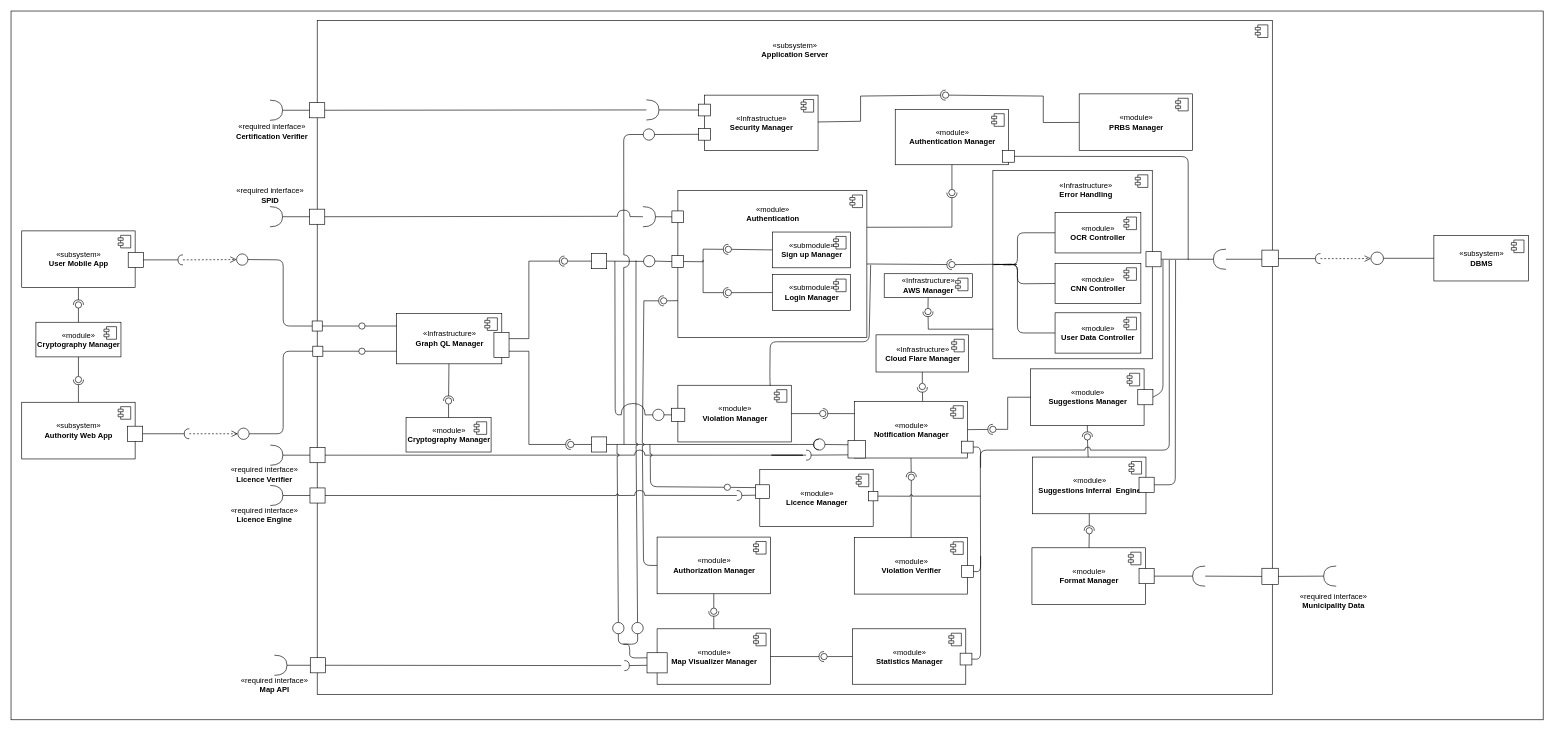
comidan/SafeStreets keeps this draw.io diagram as DD/Components Diagram.drawio. Above is the earlier version. Source tidied: cells renumbered, new cells numbered last; positions are measured from the earlier drawing's top-left corner, leaving out a move shared by most shapes. Both pictures are drawn from the tidied source at 63%, with x=0, y=0 at pixel (11, 11).
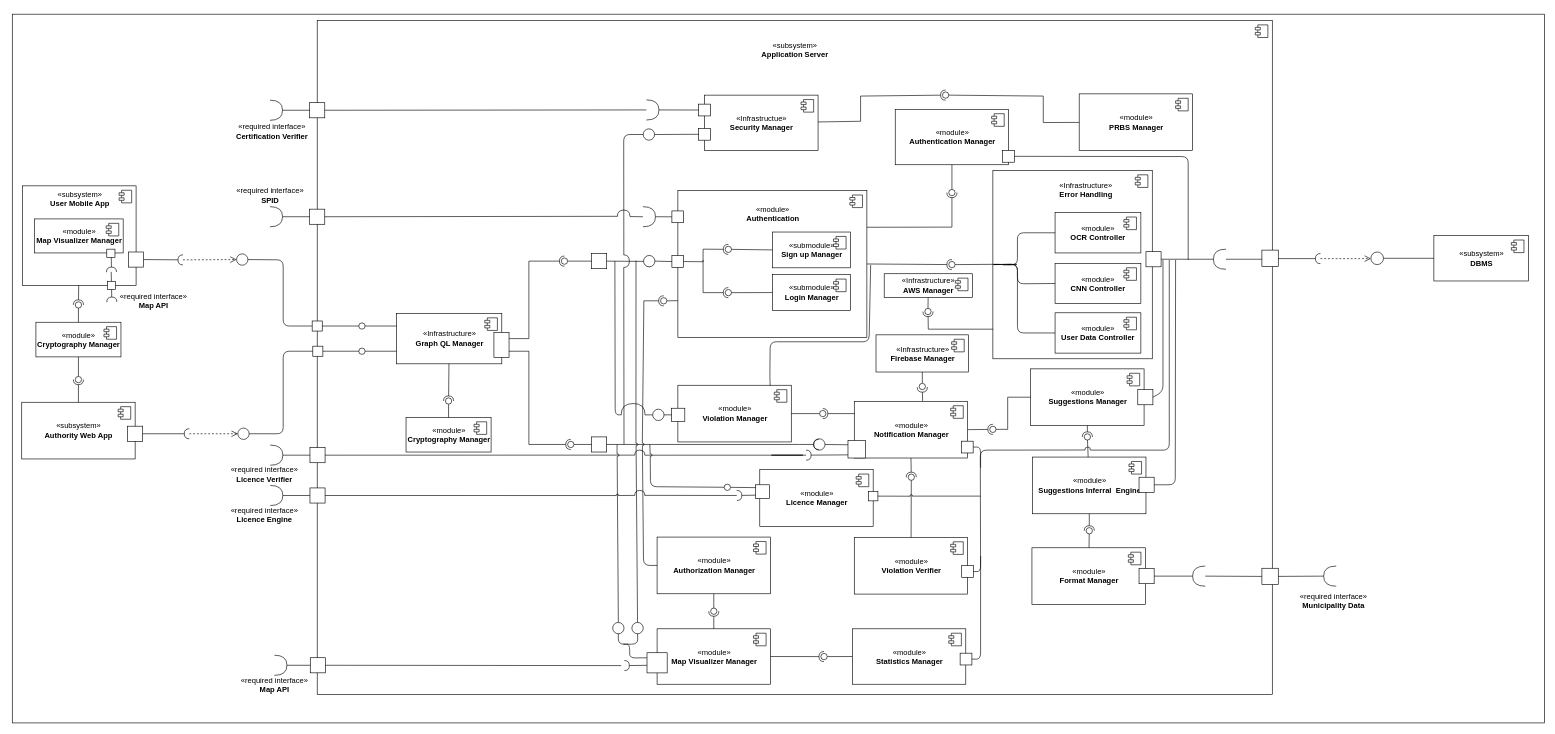
Above is the later version.

Commit message (it also covers changes not shown here):
- Components Diagram update

The change refers to these unchanged cells:
```xml
<mxCell id="3" style="html=1;" parent="1" vertex="1">
  <mxGeometry x="486" y="15" width="1516" height="1070" as="geometry" />
</mxCell>
```

Diff of the diagram source:
```diff
@@
     <mxCell id="2" style="rounded=0;whiteSpace=wrap;html=1;" parent="1" vertex="1">
-      <mxGeometry width="2432" height="1125" as="geometry" />
+      <mxGeometry x="2" y="5" width="2432" height="1125" as="geometry" />
     </mxCell>
@@
-    <mxCell id="13" value="«Infrastructure»&lt;br&gt;&lt;b&gt;Cloud Flare Manager&lt;/b&gt;" style="html=1;" parent="3" vertex="1">
+    <mxCell id="13" value="«Infrastructure»&lt;br&gt;&lt;b&gt;Firebase Manager&lt;/b&gt;" style="html=1;" parent="3" vertex="1">
       <mxGeometry x="887" y="499" width="147" height="59" as="geometry" />
     </mxCell>
@@
-    <mxCell id="98" value="«subsystem»&lt;br&gt;&lt;b&gt;User Mobile App&lt;/b&gt;" style="html=1;" parent="1" vertex="1">
-      <mxGeometry x="17" y="349" width="180" height="90" as="geometry" />
+    <mxCell id="98" style="html=1;" parent="1" vertex="1">
+      <mxGeometry x="18.5" y="277.5" width="180" height="158" as="geometry" />
     </mxCell>
@@
+    <mxCell id="269" value="«subsystem»&lt;br&gt;&lt;b&gt;User Mobile App&lt;/b&gt;" style="text;html=1;align=center;verticalAlign=middle;" parent="98" vertex="1">
+      <mxGeometry x="40" y="5" width="100" height="30" as="geometry" />
+    </mxCell>
+    <mxCell id="270" value="«module»&lt;br&gt;&lt;b&gt;Map Visualizer Manager&lt;/b&gt;" style="html=1;" parent="98" vertex="1">
+      <mxGeometry x="18.5" y="52.5" width="141" height="54" as="geometry" />
+    </mxCell>
+    <mxCell id="271" style="shape=component;jettyWidth=8;jettyHeight=4;" parent="270" vertex="1">
+      <mxGeometry x="1" width="20" height="20" relative="1" as="geometry">
+        <mxPoint x="-27" y="7" as="offset" />
+      </mxGeometry>
+    </mxCell>
+    <mxCell id="272" style="rounded=0;orthogonalLoop=1;jettySize=auto;html=1;endArrow=halfCircle;endFill=0;endSize=6;strokeWidth=1;" parent="98" edge="1">
+      <mxGeometry relative="1" as="geometry">
+        <mxPoint x="140.5" y="106.5" as="sourcePoint" />
+        <mxPoint x="141" y="137" as="targetPoint" />
+      </mxGeometry>
+    </mxCell>
@@
     <mxCell id="177" style="whiteSpace=wrap;html=1;" parent="1" vertex="1">
-      <mxGeometry x="186" y="383" width="24" height="24" as="geometry" />
+      <mxGeometry x="186.5" y="382.5" width="24" height="24" as="geometry" />
     </mxCell>
@@
+    <mxCell id="273" style="whiteSpace=wrap;html=1;" parent="1" vertex="1">
+      <mxGeometry x="152" y="378" width="13" height="13" as="geometry" />
+    </mxCell>
+    <mxCell id="274" style="whiteSpace=wrap;html=1;" parent="1" vertex="1">
+      <mxGeometry x="153" y="429" width="13" height="13" as="geometry" />
+    </mxCell>
+    <mxCell id="275" style="endArrow=none;html=1;" parent="1" edge="1" target="274">
+      <mxGeometry relative="1" as="geometry">
+        <mxPoint x="159" y="414" as="sourcePoint" />
+      </mxGeometry>
+    </mxCell>
+    <mxCell id="276" style="rounded=0;jettySize=auto;html=1;endArrow=halfCircle;endFill=0;entryX=0.5;entryY=0.5;entryDx=0;entryDy=0;endSize=6;strokeWidth=1;" parent="1" edge="1" source="274">
+      <mxGeometry relative="1" as="geometry">
+        <mxPoint x="160" y="462" as="targetPoint" />
+      </mxGeometry>
+    </mxCell>
+    <mxCell id="277" value="«required interface»&lt;br&gt;&lt;b&gt;Map API&lt;/b&gt;" style="text;html=1;align=center;verticalAlign=middle;" parent="1" vertex="1">
+      <mxGeometry x="166" y="445" width="120" height="30" as="geometry" />
+    </mxCell>
```
